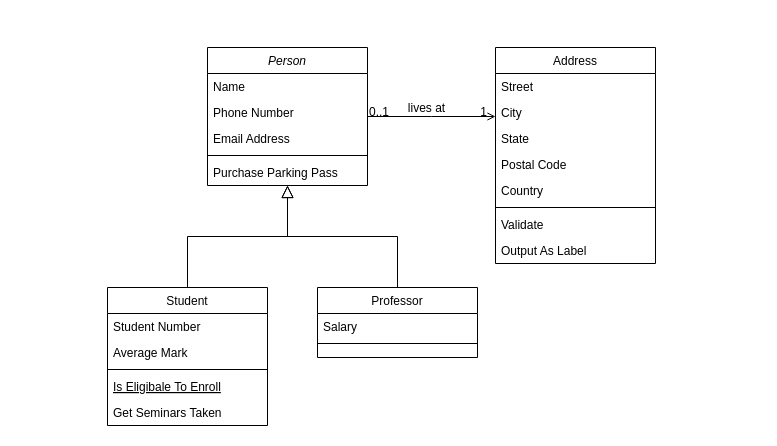
Above: soalan1.drawio in abby18abby/Week-1 (draw.io), before the change. Source tidied: cells renumbered, new cells numbered last; positions are measured from the earlier drawing's top-left corner, leaving out a move shared by most shapes. Both pictures are drawn from the tidied source at 100%, with x=0, y=0 at pixel (107, 47).
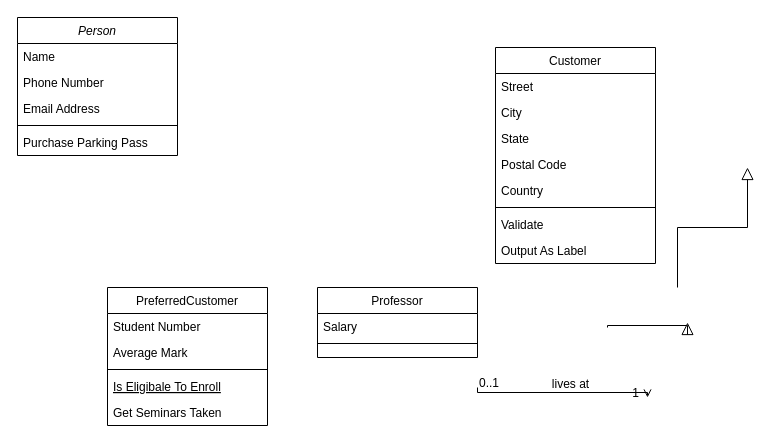
The same diagram, later.

Unchanged cells that the change refers to:
```xml
<mxCell id="15" value="Professor" style="swimlane;fontStyle=0;align=center;verticalAlign=top;horizontal=1;startSize=26;rounded=0;shadow=0;strokeWidth=1;" parent="1" vertex="1">
  <mxGeometry x="210" y="240" width="160" height="70" as="geometry" />
</mxCell>
```

What changed in the source:
```diff
@@
     <mxCell id="2" value="Person" style="swimlane;fontStyle=2;align=center;verticalAlign=top;horizontal=1;startSize=26;rounded=0;shadow=0;strokeWidth=1;" parent="1" vertex="1">
-      <mxGeometry x="100" width="160" height="138" as="geometry" />
+      <mxGeometry x="-90" y="-30" width="160" height="138" as="geometry" />
     </mxCell>
@@
-    <mxCell id="8" value="Student" style="swimlane;fontStyle=0;align=center;verticalAlign=top;horizontal=1;startSize=26;rounded=0;shadow=0;strokeWidth=1;" parent="1" vertex="1">
+    <mxCell id="8" value="PreferredCustomer" style="swimlane;fontStyle=0;align=center;verticalAlign=top;horizontal=1;startSize=26;rounded=0;shadow=0;strokeWidth=1;" parent="1" vertex="1">
       <mxGeometry y="240" width="160" height="138" as="geometry" />
     </mxCell>
@@
-    <mxCell id="14" style="endArrow=block;endSize=10;endFill=0;shadow=0;strokeWidth=1;rounded=0;edgeStyle=elbowEdgeStyle;elbow=vertical;" parent="1" edge="1" source="8" target="2">
-      <mxGeometry relative="1" as="geometry" />
+    <mxCell id="14" style="endArrow=block;endSize=10;endFill=0;shadow=0;strokeWidth=1;rounded=0;edgeStyle=elbowEdgeStyle;elbow=vertical;" parent="1" edge="1">
+      <mxGeometry relative="1" as="geometry">
+        <mxPoint x="570" y="240" as="sourcePoint" />
+        <mxPoint x="640" y="120" as="targetPoint" />
+      </mxGeometry>
     </mxCell>
@@
-    <mxCell id="18" style="endArrow=block;endSize=10;endFill=0;shadow=0;strokeWidth=1;rounded=0;edgeStyle=elbowEdgeStyle;elbow=vertical;" parent="1" edge="1" source="15" target="2">
-      <mxGeometry relative="1" as="geometry" />
+    <mxCell id="18" style="endArrow=block;endSize=10;endFill=0;shadow=0;strokeWidth=1;rounded=0;edgeStyle=elbowEdgeStyle;elbow=vertical;" parent="1" edge="1">
+      <mxGeometry relative="1" as="geometry">
+        <mxPoint x="500" y="280" as="sourcePoint" />
+        <mxPoint x="580" y="275" as="targetPoint" />
+      </mxGeometry>
     </mxCell>
-    <mxCell id="19" value="Address" style="swimlane;fontStyle=0;align=center;verticalAlign=top;horizontal=1;startSize=26;rounded=0;shadow=0;strokeWidth=1;" parent="1" vertex="1">
+    <mxCell id="19" value="Customer" style="swimlane;fontStyle=0;align=center;verticalAlign=top;horizontal=1;startSize=26;rounded=0;shadow=0;strokeWidth=1;" parent="1" vertex="1">
       <mxGeometry x="388" width="160" height="216" as="geometry" />
     </mxCell>
@@
-    <mxCell id="28" style="endArrow=open;shadow=0;strokeWidth=1;rounded=0;endFill=1;edgeStyle=elbowEdgeStyle;elbow=vertical;" parent="1" edge="1" source="2" target="19">
+    <mxCell id="28" style="endArrow=open;shadow=0;strokeWidth=1;rounded=0;endFill=1;edgeStyle=elbowEdgeStyle;elbow=vertical;" parent="1" edge="1">
       <mxGeometry x="0.5" y="41" relative="1" as="geometry">
+        <mxPoint x="370" y="340" as="sourcePoint" />
+        <mxPoint x="540" y="350" as="targetPoint" />
         <mxPoint x="-40" y="32" as="offset" />
       </mxGeometry>
     </mxCell>
```
